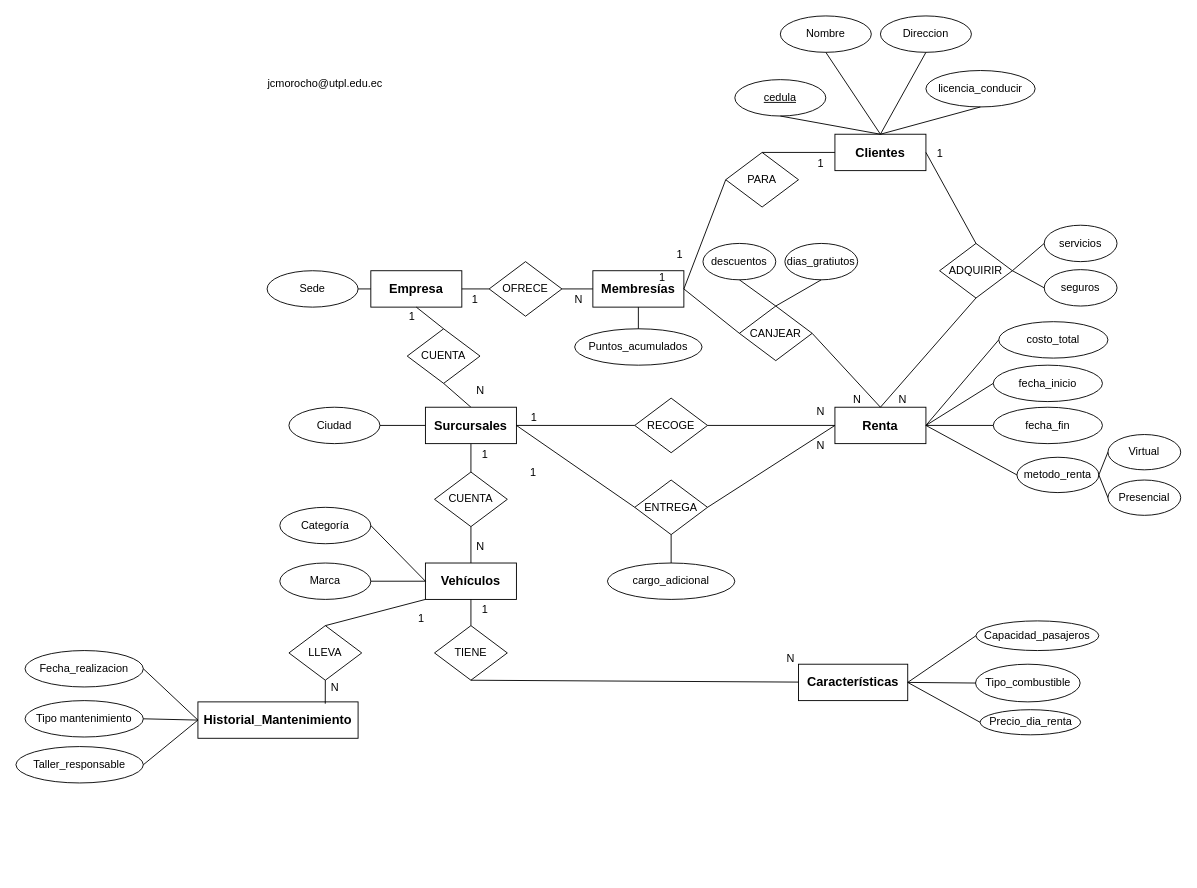
This is manicho.drawio from ByronCOR/ESTRUDATOS, a draw.io file, before an edit. Source tidied: cells renumbered, new cells numbered last; positions are measured from the earlier drawing's top-left corner, leaving out a move shared by most shapes. Both pictures are drawn from the tidied source at 91%, with x=0, y=0 at pixel (15, 15).
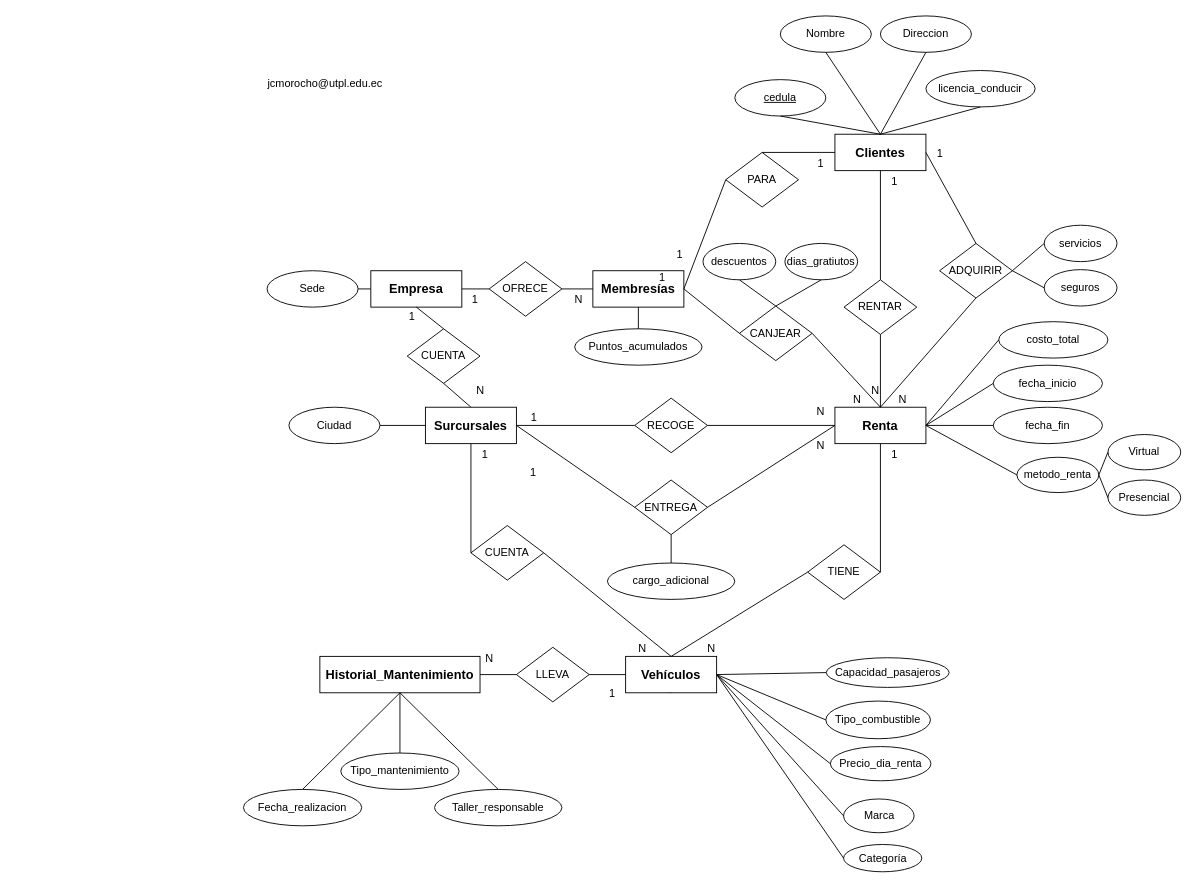
After the change.

The change refers to these unchanged cells:
```xml
<mxCell id="10" value="&lt;font style=&quot;font-size: 14px;&quot;&gt;&lt;b&gt;Clientes&lt;/b&gt;&lt;/font&gt;" style="whiteSpace=wrap;html=1;align=center;" parent="1" vertex="1">
  <mxGeometry x="900" y="130" width="100" height="40" as="geometry" />
</mxCell>
<mxCell id="14" value="&lt;span style=&quot;font-size: 14px;&quot;&gt;&lt;b&gt;Surcursales&lt;/b&gt;&lt;/span&gt;" style="whiteSpace=wrap;html=1;align=center;" parent="1" vertex="1">
  <mxGeometry x="450" y="430" width="100" height="40" as="geometry" />
</mxCell>
<mxCell id="29" value="&lt;span style=&quot;font-size: 14px;&quot;&gt;&lt;b&gt;Renta&lt;/b&gt;&lt;/span&gt;" style="whiteSpace=wrap;html=1;align=center;" parent="1" vertex="1">
  <mxGeometry x="900" y="430" width="100" height="40" as="geometry" />
</mxCell>
```

What changed in the source:
```diff
@@
     <mxCell id="6" value="CUENTA" style="shape=rhombus;perimeter=rhombusPerimeter;whiteSpace=wrap;html=1;align=center;" parent="1" vertex="1">
-      <mxGeometry x="460" y="501.2" width="80" height="60" as="geometry" />
+      <mxGeometry x="500" y="560" width="80" height="60" as="geometry" />
     </mxCell>
-    <mxCell id="7" style="endArrow=none;html=1;rounded=0;entryX=0.5;entryY=1;entryDx=0;entryDy=0;exitX=0.5;exitY=0;exitDx=0;exitDy=0;" parent="1" edge="1" source="6" target="14">
+    <mxCell id="7" style="endArrow=none;html=1;rounded=0;entryX=0.5;entryY=1;entryDx=0;entryDy=0;exitX=0;exitY=0.5;exitDx=0;exitDy=0;" parent="1" edge="1" source="6" target="14">
       <mxGeometry relative="1" as="geometry" />
     </mxCell>
@@
-    <mxCell id="21" value="&lt;span style=&quot;font-size: 14px;&quot;&gt;&lt;b&gt;&amp;nbsp;Vehículos&amp;nbsp;&lt;/b&gt;&lt;/span&gt;" style="whiteSpace=wrap;html=1;align=center;" parent="1" vertex="1">
-      <mxGeometry x="450" y="601.2" width="100" height="40" as="geometry" />
-    </mxCell>
     <mxCell id="22" value="&lt;span style=&quot;font-size: 14px;&quot;&gt;&lt;b&gt;Historial_Mantenimiento&lt;/b&gt;&lt;/span&gt;" style="whiteSpace=wrap;html=1;align=center;" parent="1" vertex="1">
-      <mxGeometry x="200" y="753.8" width="176" height="40" as="geometry" />
+      <mxGeometry x="334" y="703.8" width="176" height="40" as="geometry" />
     </mxCell>
     <mxCell id="23" value="&lt;div style=&quot;text-align: left;&quot;&gt;Fecha_realizacion&lt;/div&gt;" style="ellipse;whiteSpace=wrap;html=1;align=center;" parent="1" vertex="1">
-      <mxGeometry x="10" y="697.4" width="130" height="40" as="geometry" />
+      <mxGeometry x="250" y="850" width="130" height="40" as="geometry" />
     </mxCell>
-    <mxCell id="24" value="&lt;div style=&quot;text-align: left;&quot;&gt;Tipo mantenimiento&lt;/div&gt;" style="ellipse;whiteSpace=wrap;html=1;align=center;" parent="1" vertex="1">
-      <mxGeometry x="10" y="752.4" width="130" height="40" as="geometry" />
+    <mxCell id="24" value="&lt;div style=&quot;text-align: left;&quot;&gt;Tipo_mantenimiento&lt;/div&gt;" style="ellipse;whiteSpace=wrap;html=1;align=center;" parent="1" vertex="1">
+      <mxGeometry x="357" y="810" width="130" height="40" as="geometry" />
     </mxCell>
     <mxCell id="25" value="&lt;div style=&quot;text-align: left;&quot;&gt;Taller_responsable&lt;/div&gt;" style="ellipse;whiteSpace=wrap;html=1;align=center;" parent="1" vertex="1">
-      <mxGeometry y="802.9" width="140" height="40" as="geometry" />
+      <mxGeometry x="460" y="850" width="140" height="40" as="geometry" />
     </mxCell>
-    <mxCell id="26" style="endArrow=none;html=1;rounded=0;exitX=1;exitY=0.5;exitDx=0;exitDy=0;entryX=0;entryY=0.5;entryDx=0;entryDy=0;" parent="1" edge="1" source="25" target="22">
+    <mxCell id="26" style="endArrow=none;html=1;rounded=0;exitX=0.5;exitY=0;exitDx=0;exitDy=0;entryX=0.5;entryY=1;entryDx=0;entryDy=0;" parent="1" edge="1" source="25" target="22">
       <mxGeometry relative="1" as="geometry" />
     </mxCell>
-    <mxCell id="27" style="endArrow=none;html=1;rounded=0;exitX=1;exitY=0.5;exitDx=0;exitDy=0;entryX=0;entryY=0.5;entryDx=0;entryDy=0;" parent="1" edge="1" source="24" target="22">
+    <mxCell id="27" style="endArrow=none;html=1;rounded=0;exitX=0.5;exitY=0;exitDx=0;exitDy=0;entryX=0.5;entryY=1;entryDx=0;entryDy=0;" parent="1" edge="1" source="24" target="22">
       <mxGeometry relative="1" as="geometry" />
     </mxCell>
-    <mxCell id="28" style="endArrow=none;html=1;rounded=0;exitX=1;exitY=0.5;exitDx=0;exitDy=0;entryX=0;entryY=0.5;entryDx=0;entryDy=0;" parent="1" edge="1" source="23" target="22">
+    <mxCell id="28" style="endArrow=none;html=1;rounded=0;exitX=0.5;exitY=0;exitDx=0;exitDy=0;entryX=0.5;entryY=1;entryDx=0;entryDy=0;" parent="1" edge="1" source="23" target="22">
       <mxGeometry relative="1" as="geometry" />
     </mxCell>
@@
     <mxCell id="30" value="LLEVA" style="shape=rhombus;perimeter=rhombusPerimeter;whiteSpace=wrap;html=1;align=center;" parent="1" vertex="1">
-      <mxGeometry x="300" y="670" width="80" height="60" as="geometry" />
+      <mxGeometry x="550" y="693.8" width="80" height="60" as="geometry" />
     </mxCell>
-    <mxCell id="31" style="endArrow=none;html=1;rounded=0;exitX=0.5;exitY=1;exitDx=0;exitDy=0;entryX=0.5;entryY=0;entryDx=0;entryDy=0;" parent="1" edge="1" source="6" target="21">
+    <mxCell id="31" style="endArrow=none;html=1;rounded=0;exitX=1;exitY=0.5;exitDx=0;exitDy=0;entryX=0.5;entryY=0;entryDx=0;entryDy=0;" parent="1" edge="1" source="6" target="21">
       <mxGeometry relative="1" as="geometry" />
     </mxCell>
     <mxCell id="32" value="N" style="html=1;whiteSpace=wrap;align=right;verticalAlign=bottom;" parent="31" vertex="1">
       <mxGeometry x="1" relative="1" as="geometry">
-        <mxPoint x="16" y="-10" as="offset" />
+        <mxPoint x="-26" as="offset" />
       </mxGeometry>
     </mxCell>
     <mxCell id="33" value="&lt;div style=&quot;text-align: left;&quot;&gt;Categoría&lt;/div&gt;" style="ellipse;whiteSpace=wrap;html=1;align=center;" parent="1" vertex="1">
-      <mxGeometry x="290" y="540" width="100" height="40" as="geometry" />
+      <mxGeometry x="909.5" y="910.5" width="86" height="30" as="geometry" />
     </mxCell>
-    <mxCell id="34" style="endArrow=none;html=1;rounded=0;exitX=1;exitY=0.5;exitDx=0;exitDy=0;entryX=0;entryY=0.5;entryDx=0;entryDy=0;" parent="1" edge="1" source="33" target="21">
+    <mxCell id="34" style="endArrow=none;html=1;rounded=0;exitX=0;exitY=0.5;exitDx=0;exitDy=0;entryX=1;entryY=0.5;entryDx=0;entryDy=0;" parent="1" edge="1" source="33" target="21">
       <mxGeometry relative="1" as="geometry" />
     </mxCell>
     <mxCell id="35" value="&lt;div style=&quot;text-align: left;&quot;&gt;Marca&lt;/div&gt;" style="ellipse;whiteSpace=wrap;html=1;align=center;" parent="1" vertex="1">
-      <mxGeometry x="290" y="601.2" width="100" height="40" as="geometry" />
+      <mxGeometry x="909.5" y="860.5" width="77.5" height="37.1" as="geometry" />
     </mxCell>
-    <mxCell id="36" style="endArrow=none;html=1;rounded=0;exitX=1;exitY=0.5;exitDx=0;exitDy=0;entryX=0;entryY=0.5;entryDx=0;entryDy=0;" parent="1" edge="1" source="35" target="21">
+    <mxCell id="36" style="endArrow=none;html=1;rounded=0;exitX=0;exitY=0.5;exitDx=0;exitDy=0;entryX=0.5;entryY=1;entryDx=0;entryDy=0;" parent="1" edge="1" source="21" target="21">
       <mxGeometry relative="1" as="geometry" />
     </mxCell>
-    <mxCell id="37" style="endArrow=none;html=1;rounded=0;exitX=0;exitY=0.5;exitDx=0;exitDy=0;entryX=1;entryY=0.5;entryDx=0;entryDy=0;" parent="1" edge="1" source="38" target="41">
+    <mxCell id="37" style="endArrow=none;html=1;rounded=0;exitX=0;exitY=0.5;exitDx=0;exitDy=0;entryX=1;entryY=0.5;entryDx=0;entryDy=0;" parent="1" edge="1" source="38" target="21">
       <mxGeometry relative="1" as="geometry" />
     </mxCell>
     <mxCell id="38" value="&lt;div style=&quot;text-align: left;&quot;&gt;Capacidad_pasajeros&lt;/div&gt;" style="ellipse;whiteSpace=wrap;html=1;align=center;" parent="1" vertex="1">
-      <mxGeometry x="1055" y="664.8" width="135" height="32.6" as="geometry" />
+      <mxGeometry x="890.5" y="705.3" width="135" height="32.6" as="geometry" />
     </mxCell>
     <mxCell id="39" value="&lt;div style=&quot;text-align: left;&quot;&gt;Tipo_combustible&lt;/div&gt;" style="ellipse;whiteSpace=wrap;html=1;align=center;" parent="1" vertex="1">
-      <mxGeometry x="1054.5" y="712.4" width="115" height="41.4" as="geometry" />
+      <mxGeometry x="890" y="752.9" width="115" height="41.4" as="geometry" />
     </mxCell>
     <mxCell id="40" value="&lt;div style=&quot;text-align: left;&quot;&gt;Precio_dia_renta&lt;/div&gt;" style="ellipse;whiteSpace=wrap;html=1;align=center;" parent="1" vertex="1">
-      <mxGeometry x="1059.5" y="762.4" width="110.5" height="27.6" as="geometry" />
+      <mxGeometry x="895" y="802.9" width="110.5" height="37.6" as="geometry" />
     </mxCell>
-    <mxCell id="41" value="&lt;span style=&quot;text-align: left;&quot;&gt;&lt;b&gt;&lt;font style=&quot;font-size: 14px;&quot;&gt;Características&lt;/font&gt;&lt;/b&gt;&lt;/span&gt;" style="whiteSpace=wrap;html=1;align=center;" parent="1" vertex="1">
-      <mxGeometry x="860" y="712.4" width="120" height="40" as="geometry" />
-    </mxCell>
-    <mxCell id="42" style="endArrow=none;html=1;rounded=0;exitX=0;exitY=0.5;exitDx=0;exitDy=0;entryX=1;entryY=0.5;entryDx=0;entryDy=0;" parent="1" edge="1" source="39" target="41">
+    <mxCell id="42" style="endArrow=none;html=1;rounded=0;exitX=0;exitY=0.5;exitDx=0;exitDy=0;entryX=1;entryY=0.5;entryDx=0;entryDy=0;" parent="1" edge="1" source="39" target="21">
       <mxGeometry relative="1" as="geometry" />
     </mxCell>
-    <mxCell id="43" style="endArrow=none;html=1;rounded=0;exitX=0;exitY=0.5;exitDx=0;exitDy=0;entryX=1;entryY=0.5;entryDx=0;entryDy=0;" parent="1" edge="1" source="40" target="41">
+    <mxCell id="43" style="endArrow=none;html=1;rounded=0;exitX=0;exitY=0.5;exitDx=0;exitDy=0;entryX=1;entryY=0.5;entryDx=0;entryDy=0;" parent="1" edge="1" source="40" target="21">
       <mxGeometry relative="1" as="geometry" />
     </mxCell>
-    <mxCell id="44" value="TIENE" style="shape=rhombus;perimeter=rhombusPerimeter;whiteSpace=wrap;html=1;align=center;" parent="1" vertex="1">
-      <mxGeometry x="460" y="670" width="80" height="60" as="geometry" />
-    </mxCell>
-    <mxCell id="45" style="endArrow=none;html=1;rounded=0;entryX=0.5;entryY=1;entryDx=0;entryDy=0;exitX=0.5;exitY=0;exitDx=0;exitDy=0;" parent="1" edge="1" source="44" target="21">
-      <mxGeometry relative="1" as="geometry" />
-    </mxCell>
-    <mxCell id="46" value="1" style="html=1;whiteSpace=wrap;align=right;verticalAlign=bottom;" parent="45" vertex="1">
-      <mxGeometry x="1" relative="1" as="geometry">
-        <mxPoint x="20" y="20" as="offset" />
-      </mxGeometry>
-    </mxCell>
-    <mxCell id="47" style="endArrow=none;html=1;rounded=0;exitX=0.5;exitY=1;exitDx=0;exitDy=0;" parent="1" edge="1" source="44" target="41">
-      <mxGeometry relative="1" as="geometry" />
-    </mxCell>
-    <mxCell id="48" value="N" style="html=1;whiteSpace=wrap;align=right;verticalAlign=bottom;" parent="47" vertex="1">
-      <mxGeometry x="1" relative="1" as="geometry">
-        <mxPoint x="-3" y="-17" as="offset" />
-      </mxGeometry>
-    </mxCell>
@@
-    <mxCell id="51" style="endArrow=none;html=1;rounded=0;entryX=0;entryY=1;entryDx=0;entryDy=0;exitX=0.5;exitY=0;exitDx=0;exitDy=0;" parent="1" edge="1" source="30" target="21">
+    <mxCell id="51" style="endArrow=none;html=1;rounded=0;entryX=0;entryY=0.5;entryDx=0;entryDy=0;exitX=1;exitY=0.5;exitDx=0;exitDy=0;" parent="1" edge="1" source="30" target="21">
       <mxGeometry relative="1" as="geometry" />
     </mxCell>
     <mxCell id="52" value="1" style="html=1;whiteSpace=wrap;align=right;verticalAlign=bottom;" parent="51" vertex="1">
       <mxGeometry x="1" relative="1" as="geometry">
-        <mxPoint y="29" as="offset" />
+        <mxPoint x="-10" y="29" as="offset" />
       </mxGeometry>
     </mxCell>
-    <mxCell id="53" style="endArrow=none;html=1;rounded=0;exitX=0.5;exitY=1;exitDx=0;exitDy=0;entryX=0.795;entryY=0.05;entryDx=0;entryDy=0;entryPerimeter=0;" parent="1" edge="1" source="30" target="22">
+    <mxCell id="53" style="endArrow=none;html=1;rounded=0;exitX=0;exitY=0.5;exitDx=0;exitDy=0;entryX=1;entryY=0.5;entryDx=0;entryDy=0;" parent="1" edge="1" source="30" target="22">
       <mxGeometry relative="1" as="geometry" />
     </mxCell>
@@
+    <mxCell id="113" value="RENTAR" style="shape=rhombus;perimeter=rhombusPerimeter;whiteSpace=wrap;html=1;align=center;" parent="1" vertex="1">
+      <mxGeometry x="910" y="290" width="80" height="60" as="geometry" />
+    </mxCell>
+    <mxCell id="114" style="endArrow=none;html=1;rounded=0;exitX=0.5;exitY=0;exitDx=0;exitDy=0;entryX=0.5;entryY=1;entryDx=0;entryDy=0;" parent="1" edge="1" source="113" target="10">
+      <mxGeometry relative="1" as="geometry" />
+    </mxCell>
+    <mxCell id="115" value="1" style="html=1;whiteSpace=wrap;align=right;verticalAlign=bottom;" parent="114" vertex="1">
+      <mxGeometry x="1" relative="1" as="geometry">
+        <mxPoint x="20" y="20" as="offset" />
+      </mxGeometry>
+    </mxCell>
+    <mxCell id="116" style="endArrow=none;html=1;rounded=0;exitX=0.5;exitY=1;exitDx=0;exitDy=0;entryX=0.5;entryY=0;entryDx=0;entryDy=0;" parent="1" edge="1" source="113" target="29">
+      <mxGeometry relative="1" as="geometry" />
+    </mxCell>
+    <mxCell id="117" value="N" style="html=1;whiteSpace=wrap;align=right;verticalAlign=bottom;" parent="116" vertex="1">
+      <mxGeometry x="1" relative="1" as="geometry">
+        <mxPoint y="-10" as="offset" />
+      </mxGeometry>
+    </mxCell>
+    <mxCell id="21" value="&lt;span style=&quot;font-size: 14px;&quot;&gt;&lt;b&gt;&amp;nbsp;Vehículos&amp;nbsp;&lt;/b&gt;&lt;/span&gt;" style="whiteSpace=wrap;html=1;align=center;" parent="1" vertex="1">
+      <mxGeometry x="670" y="703.8" width="100" height="40" as="geometry" />
+    </mxCell>
+    <mxCell id="118" style="endArrow=none;html=1;rounded=0;exitX=0;exitY=0.5;exitDx=0;exitDy=0;entryX=1;entryY=0.5;entryDx=0;entryDy=0;" parent="1" edge="1" source="35" target="21">
+      <mxGeometry relative="1" as="geometry" />
+    </mxCell>
+    <mxCell id="44" value="TIENE" style="shape=rhombus;perimeter=rhombusPerimeter;whiteSpace=wrap;html=1;align=center;" parent="1" vertex="1">
+      <mxGeometry x="870" y="581.2" width="80" height="60" as="geometry" />
+    </mxCell>
+    <mxCell id="45" style="endArrow=none;html=1;rounded=0;exitX=0;exitY=0.5;exitDx=0;exitDy=0;entryX=0.5;entryY=0;entryDx=0;entryDy=0;" parent="1" edge="1" source="44" target="21">
+      <mxGeometry relative="1" as="geometry" />
+    </mxCell>
+    <mxCell id="119" value="N" style="html=1;whiteSpace=wrap;align=right;verticalAlign=bottom;" parent="45" vertex="1">
+      <mxGeometry x="1" relative="1" as="geometry">
+        <mxPoint x="50" as="offset" />
+      </mxGeometry>
+    </mxCell>
+    <mxCell id="120" style="endArrow=none;html=1;rounded=0;entryX=0.5;entryY=1;entryDx=0;entryDy=0;exitX=1;exitY=0.5;exitDx=0;exitDy=0;" parent="1" edge="1" source="44" target="29">
+      <mxGeometry relative="1" as="geometry" />
+    </mxCell>
+    <mxCell id="121" value="1" style="html=1;whiteSpace=wrap;align=right;verticalAlign=bottom;" parent="120" vertex="1">
+      <mxGeometry x="1" relative="1" as="geometry">
+        <mxPoint x="20" y="20" as="offset" />
+      </mxGeometry>
+    </mxCell>
```
